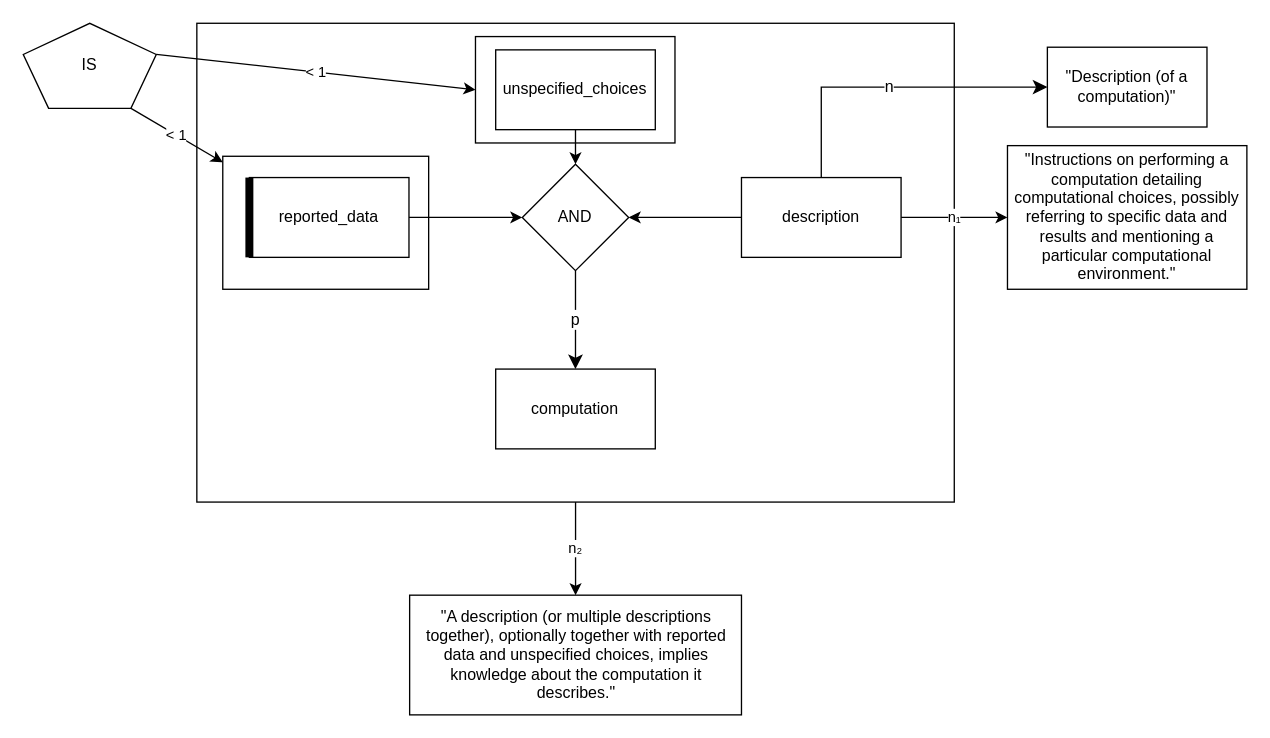
Earlier version of the draw.io diagram page "01-description-prediction" (2 of 11) of model-analysis-errors.drawio (nicebread/scientific_errors). Source tidied: cells renumbered, new cells numbered last; positions are measured from the earlier drawing's top-left corner, leaving out a move shared by most shapes. Both pictures are drawn from the tidied source at 133%, with x=0, y=0 at pixel (23, 23).
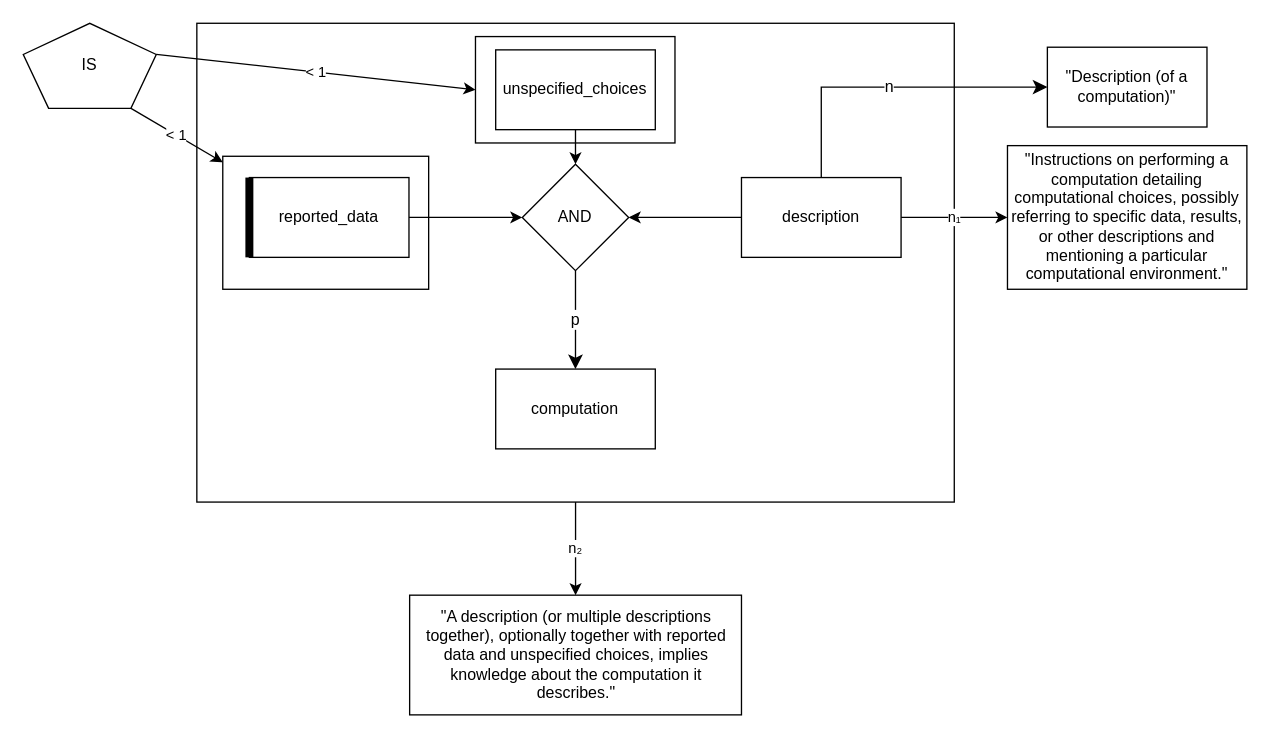
Above is the later version.

Commit message (it also covers changes not shown here):
Differentiate between "data" and "analysis data"; also: "results" are "data"

Change to the diagram source:
```diff
@@
-    <mxCell id="21" value="&quot;Instructions on performing a computation detailing computational choices, possibly referring to specific data and results and mentioning a particular computational environment.&quot;" style="rounded=0;whiteSpace=wrap;html=1;" parent="1" vertex="1">
+    <mxCell id="21" value="&quot;Instructions on performing a computation detailing computational choices, possibly referring to specific data, results, or other descriptions and mentioning a particular computational environment.&quot;" style="rounded=0;whiteSpace=wrap;html=1;" parent="1" vertex="1">
       <mxGeometry x="740" y="92" width="180" height="108" as="geometry" />
     </mxCell>
```
